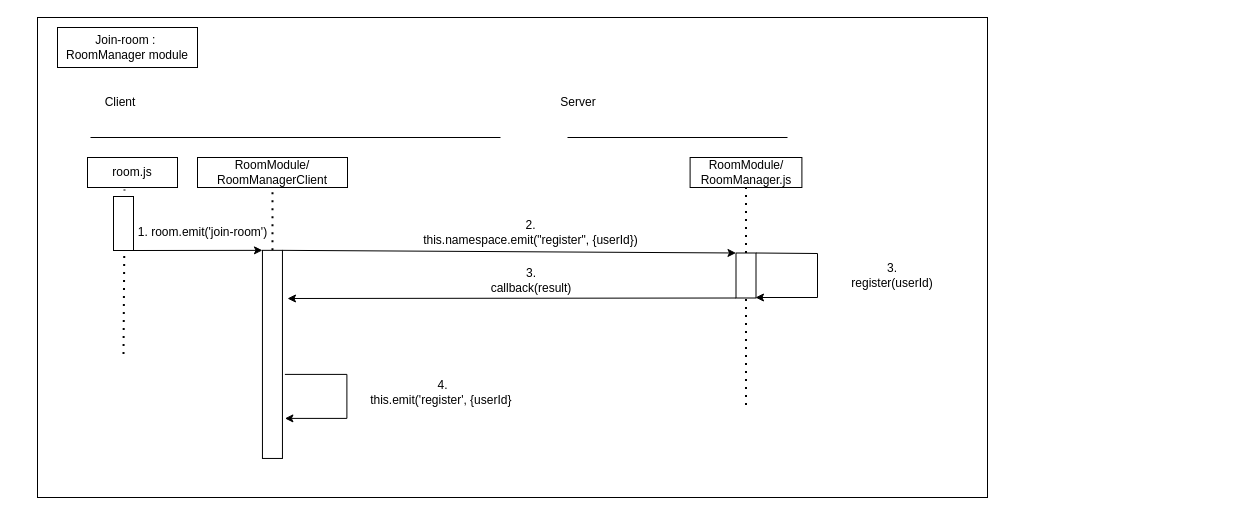
Above: classroom-ultra-uml/sequence-diagram/RoomManager-remove-permission.drawio in doremi31618/Assets (draw.io), before the change. Source tidied: cells renumbered, new cells numbered last; positions are measured from the earlier drawing's top-left corner, leaving out a move shared by most shapes. Both pictures are drawn from the tidied source at 100%, with x=0, y=0 at pixel (37, 17).
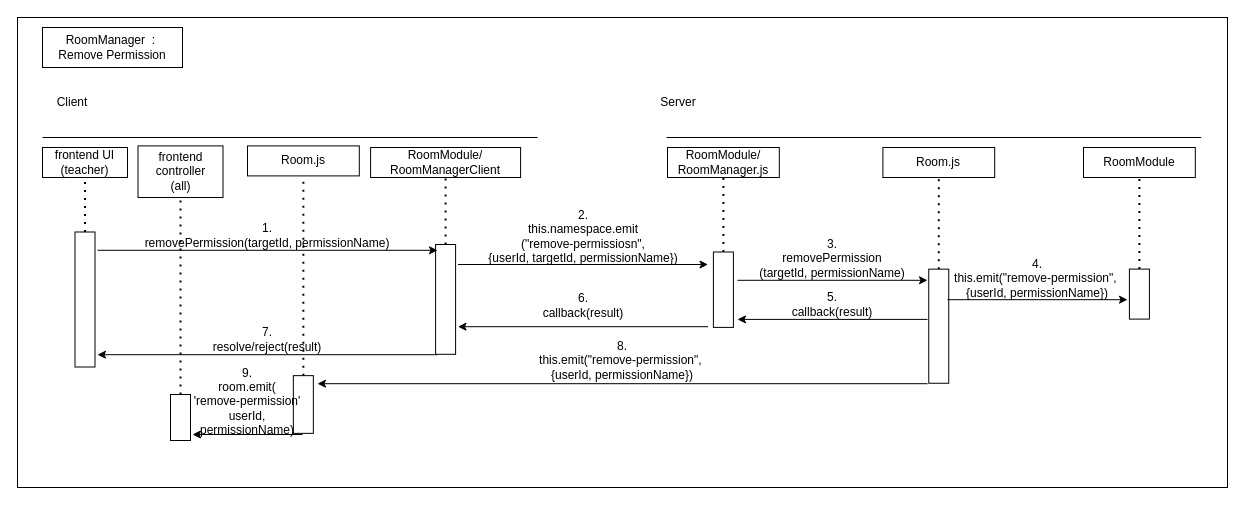
The same page after the edit.

Diff of the diagram source:
```diff
@@
     <mxCell id="2" style="rounded=0;whiteSpace=wrap;html=1;" parent="1" vertex="1">
-      <mxGeometry width="950" height="480" as="geometry" />
+      <mxGeometry x="-20" width="1210" height="470" as="geometry" />
     </mxCell>
@@
     <mxCell id="4" style="rounded=0;whiteSpace=wrap;html=1;" parent="1" vertex="1">
-      <mxGeometry x="20" y="10" width="140" height="40" as="geometry" />
+      <mxGeometry x="5" y="10" width="140" height="40" as="geometry" />
     </mxCell>
-    <mxCell id="5" value="room.js" style="rounded=0;whiteSpace=wrap;html=1;" parent="1" vertex="1">
-      <mxGeometry x="50" y="140" width="90" height="30" as="geometry" />
-    </mxCell>
     <mxCell id="6" value="RoomModule/&lt;br&gt;RoomManager.js" style="rounded=0;whiteSpace=wrap;html=1;" parent="1" vertex="1">
-      <mxGeometry x="652.6" y="140" width="111.8" height="30" as="geometry" />
+      <mxGeometry x="630" y="130" width="111.8" height="30" as="geometry" />
     </mxCell>
-    <mxCell id="7" style="endArrow=none;dashed=1;html=1;dashPattern=1 3;strokeWidth=2;rounded=0;entryX=0.411;entryY=1.067;entryDx=0;entryDy=0;entryPerimeter=0;startArrow=none;" parent="1" edge="1" target="5">
-      <mxGeometry relative="1" as="geometry">
-        <mxPoint x="86.5" y="205" as="sourcePoint" />
-      </mxGeometry>
-    </mxCell>
@@
     <mxCell id="9" style="endArrow=none;html=1;rounded=0;" parent="1" edge="1">
       <mxGeometry relative="1" as="geometry">
-        <mxPoint x="53" y="120" as="sourcePoint" />
-        <mxPoint x="463" y="120" as="targetPoint" />
+        <mxPoint x="5" y="120" as="sourcePoint" />
+        <mxPoint x="500" y="120" as="targetPoint" />
       </mxGeometry>
     </mxCell>
     <mxCell id="10" style="endArrow=none;html=1;rounded=0;" parent="1" edge="1">
       <mxGeometry relative="1" as="geometry">
-        <mxPoint x="530" y="120" as="sourcePoint" />
-        <mxPoint x="750" y="120" as="targetPoint" />
+        <mxPoint x="629" y="120" as="sourcePoint" />
+        <mxPoint x="1163.7" y="120" as="targetPoint" />
       </mxGeometry>
     </mxCell>
     <mxCell id="11" value="Client" style="text;strokeColor=none;align=center;fillColor=none;html=1;verticalAlign=middle;whiteSpace=wrap;rounded=0;" parent="1" vertex="1">
-      <mxGeometry x="53" y="70" width="60" height="30" as="geometry" />
+      <mxGeometry x="5" y="70" width="60" height="30" as="geometry" />
     </mxCell>
     <mxCell id="12" value="Server" style="text;strokeColor=none;align=center;fillColor=none;html=1;verticalAlign=middle;whiteSpace=wrap;rounded=0;" parent="1" vertex="1">
-      <mxGeometry x="510.5" y="70" width="60" height="30" as="geometry" />
+      <mxGeometry x="610.5" y="70" width="60" height="30" as="geometry" />
     </mxCell>
-    <mxCell id="13" style="endArrow=none;dashed=1;html=1;dashPattern=1 3;strokeWidth=2;rounded=0;entryX=1;entryY=0.5;entryDx=0;entryDy=0;" parent="1" edge="1">
-      <mxGeometry relative="1" as="geometry">
-        <mxPoint x="86" y="336.5" as="sourcePoint" />
-        <mxPoint x="87" y="201.5" as="targetPoint" />
-      </mxGeometry>
-    </mxCell>
-    <mxCell id="14" value="Join-room :&amp;nbsp;&lt;br&gt;RoomManager module" style="text;strokeColor=none;align=center;fillColor=none;html=1;verticalAlign=middle;whiteSpace=wrap;rounded=0;" parent="1" vertex="1">
-      <mxGeometry x="25" y="15" width="130" height="30" as="geometry" />
+    <mxCell id="14" value="RoomManager&amp;nbsp;&amp;nbsp;:&amp;nbsp;&lt;br&gt;Remove Permission" style="text;strokeColor=none;align=center;fillColor=none;html=1;verticalAlign=middle;whiteSpace=wrap;rounded=0;" parent="1" vertex="1">
+      <mxGeometry x="10" y="15" width="130" height="30" as="geometry" />
     </mxCell>
     <mxCell id="15" value="RoomModule/&lt;br&gt;RoomManagerClient" style="rounded=0;whiteSpace=wrap;html=1;" parent="1" vertex="1">
-      <mxGeometry x="160" y="140" width="150" height="30" as="geometry" />
+      <mxGeometry x="333.1" y="130" width="150" height="30" as="geometry" />
     </mxCell>
     <mxCell id="16" style="rounded=0;whiteSpace=wrap;html=1;rotation=90;" parent="1" vertex="1">
-      <mxGeometry x="130.9" y="326.9" width="208.1" height="20" as="geometry" />
+      <mxGeometry x="353.2" y="271.9" width="109.8" height="20" as="geometry" />
     </mxCell>
-    <mxCell id="17" style="endArrow=classic;html=1;rounded=0;entryX=0;entryY=1;entryDx=0;entryDy=0;exitX=1;exitY=0;exitDx=0;exitDy=0;" parent="1" edge="1" source="21" target="16">
-      <mxGeometry relative="1" as="geometry" />
-    </mxCell>
-    <mxCell id="18" value="1. room.emit('join-room')" style="text;strokeColor=none;align=center;fillColor=none;html=1;verticalAlign=middle;whiteSpace=wrap;rounded=0;" parent="1" vertex="1">
-      <mxGeometry x="91.8" y="200" width="146.5" height="30" as="geometry" />
-    </mxCell>
     <mxCell id="19" style="rounded=0;whiteSpace=wrap;html=1;rotation=90;spacing=4;" parent="1" vertex="1">
-      <mxGeometry x="686" y="248" width="45" height="20" as="geometry" />
+      <mxGeometry x="648.2" y="262.2" width="75.4" height="20" as="geometry" />
     </mxCell>
-    <mxCell id="20" style="endArrow=none;dashed=1;html=1;dashPattern=1 3;strokeWidth=2;rounded=0;entryX=1;entryY=0.5;entryDx=0;entryDy=0;exitX=0;exitY=0.5;exitDx=0;exitDy=0;startArrow=none;" parent="1" edge="1" target="19">
-      <mxGeometry relative="1" as="geometry">
-        <mxPoint x="708.5" y="387.5" as="sourcePoint" />
-      </mxGeometry>
-    </mxCell>
-    <mxCell id="21" style="rounded=0;whiteSpace=wrap;html=1;rotation=90;" parent="1" vertex="1">
-      <mxGeometry x="59" y="196" width="54" height="20" as="geometry" />
-    </mxCell>
-    <mxCell id="22" style="endArrow=classic;html=1;rounded=0;exitX=0;exitY=0;exitDx=0;exitDy=0;entryX=0;entryY=1;entryDx=0;entryDy=0;" parent="1" edge="1" source="16" target="19">
-      <mxGeometry relative="1" as="geometry" />
-    </mxCell>
-    <mxCell id="23" value="2. &lt;br&gt;this.namespace.emit(&quot;register&quot;, {userId})" style="text;strokeColor=none;align=center;fillColor=none;html=1;verticalAlign=middle;whiteSpace=wrap;rounded=0;" parent="1" vertex="1">
-      <mxGeometry x="380" y="200" width="227.4" height="30" as="geometry" />
-    </mxCell>
-    <mxCell id="24" value="4.&lt;br&gt;this.emit('register', {userId}&amp;nbsp;" style="text;strokeColor=none;align=center;fillColor=none;html=1;verticalAlign=middle;whiteSpace=wrap;rounded=0;" parent="1" vertex="1">
-      <mxGeometry x="310" y="360" width="191.3" height="30" as="geometry" />
-    </mxCell>
-    <mxCell id="25" style="endArrow=classic;html=1;rounded=0;exitX=0;exitY=0;exitDx=0;exitDy=0;" parent="1" edge="1" source="19">
-      <mxGeometry relative="1" as="geometry">
-        <mxPoint x="718" y="280" as="targetPoint" />
-        <Array as="points">
-          <mxPoint x="780" y="236" />
-          <mxPoint x="780" y="280" />
-        </Array>
-      </mxGeometry>
-    </mxCell>
-    <mxCell id="26" value="3. &lt;br&gt;register(userId)" style="text;strokeColor=none;align=center;fillColor=none;html=1;verticalAlign=middle;whiteSpace=wrap;rounded=0;" parent="1" vertex="1">
-      <mxGeometry x="800" y="243" width="110" height="30" as="geometry" />
-    </mxCell>
-    <mxCell id="27" style="endArrow=classic;html=1;rounded=0;exitX=1;exitY=1;exitDx=0;exitDy=0;" parent="1" edge="1" source="19">
-      <mxGeometry relative="1" as="geometry">
-        <mxPoint x="250" y="281" as="targetPoint" />
-      </mxGeometry>
-    </mxCell>
-    <mxCell id="28" value="3. &lt;br&gt;callback(result)" style="text;strokeColor=none;align=center;fillColor=none;html=1;verticalAlign=middle;whiteSpace=wrap;rounded=0;" parent="1" vertex="1">
-      <mxGeometry x="438.7" y="248" width="110" height="30" as="geometry" />
-    </mxCell>
-    <mxCell id="29" style="endArrow=classic;html=1;rounded=0;exitX=0;exitY=0;exitDx=0;exitDy=0;" parent="1" edge="1">
-      <mxGeometry relative="1" as="geometry">
-        <mxPoint x="247.4" y="356.9" as="sourcePoint" />
-        <mxPoint x="247.4" y="400.9" as="targetPoint" />
-        <Array as="points">
-          <mxPoint x="309.4" y="356.9" />
-          <mxPoint x="309.4" y="400.9" />
-        </Array>
-      </mxGeometry>
-    </mxCell>
+    <mxCell id="30" style="endArrow=classic;html=1;rounded=0;entryX=1;entryY=1;entryDx=0;entryDy=0;exitX=0;exitY=1;exitDx=0;exitDy=0;" parent="1" edge="1" source="31" target="31">
+      <mxGeometry relative="1" as="geometry" />
+    </mxCell>
+    <mxCell id="31" value="1. &lt;br&gt;removePermission(targetId, permissionName)" style="text;strokeColor=none;align=center;fillColor=none;html=1;verticalAlign=middle;whiteSpace=wrap;rounded=0;" parent="1" vertex="1">
+      <mxGeometry x="60" y="202.8" width="340" height="30" as="geometry" />
+    </mxCell>
+    <mxCell id="32" value="frontend UI&lt;br&gt;(teacher)" style="rounded=0;whiteSpace=wrap;html=1;" parent="1" vertex="1">
+      <mxGeometry x="5" y="130" width="85" height="30" as="geometry" />
+    </mxCell>
+    <mxCell id="33" style="rounded=0;whiteSpace=wrap;html=1;rotation=90;spacing=4;" parent="1" vertex="1">
+      <mxGeometry x="-20" y="272" width="135" height="20" as="geometry" />
+    </mxCell>
+    <mxCell id="34" style="endArrow=none;dashed=1;html=1;dashPattern=1 3;strokeWidth=2;rounded=0;entryX=0.5;entryY=1;entryDx=0;entryDy=0;exitX=0;exitY=0.5;exitDx=0;exitDy=0;" parent="1" edge="1" source="33" target="32">
+      <mxGeometry relative="1" as="geometry" />
+    </mxCell>
+    <mxCell id="35" value="2.&lt;br&gt;this.namespace.emit&lt;br&gt;(&quot;remove-permissiosn&quot;, &lt;br&gt;{userId, targetId, permissionName})" style="text;strokeColor=none;align=center;fillColor=none;html=1;verticalAlign=middle;whiteSpace=wrap;rounded=0;" parent="1" vertex="1">
+      <mxGeometry x="420.5" y="190" width="250" height="57" as="geometry" />
+    </mxCell>
+    <mxCell id="36" style="endArrow=classic;html=1;rounded=0;exitX=0;exitY=1;exitDx=0;exitDy=0;entryX=1;entryY=1;entryDx=0;entryDy=0;" parent="1" edge="1" source="35" target="35">
+      <mxGeometry relative="1" as="geometry" />
+    </mxCell>
+    <mxCell id="37" value="Room.js" style="rounded=0;whiteSpace=wrap;html=1;" parent="1" vertex="1">
+      <mxGeometry x="845.4" y="130" width="111.8" height="30" as="geometry" />
+    </mxCell>
+    <mxCell id="38" style="endArrow=none;dashed=1;html=1;dashPattern=1 3;strokeWidth=2;rounded=0;entryX=0.5;entryY=1;entryDx=0;entryDy=0;startArrow=none;" parent="1" edge="1" source="39" target="37">
+      <mxGeometry relative="1" as="geometry" />
+    </mxCell>
+    <mxCell id="39" style="rounded=0;whiteSpace=wrap;html=1;rotation=90;spacing=4;" parent="1" vertex="1">
+      <mxGeometry x="844.2" y="298.7" width="114.1" height="20" as="geometry" />
+    </mxCell>
+    <mxCell id="40" style="endArrow=classic;html=1;rounded=0;entryX=1;entryY=1;entryDx=0;entryDy=0;exitX=0;exitY=1;exitDx=0;exitDy=0;" parent="1" edge="1" source="41" target="41">
+      <mxGeometry relative="1" as="geometry" />
+    </mxCell>
+    <mxCell id="41" value="3.&lt;br&gt;removePermission&lt;br&gt;(targetId, permissionName)" style="text;strokeColor=none;align=center;fillColor=none;html=1;verticalAlign=middle;whiteSpace=wrap;rounded=0;" parent="1" vertex="1">
+      <mxGeometry x="700" y="220" width="190" height="42.8" as="geometry" />
+    </mxCell>
+    <mxCell id="42" style="endArrow=classic;html=1;rounded=0;exitX=1;exitY=1;exitDx=0;exitDy=0;entryX=0;entryY=1;entryDx=0;entryDy=0;" parent="1" edge="1" source="43" target="43">
+      <mxGeometry relative="1" as="geometry" />
+    </mxCell>
+    <mxCell id="43" value="5.&lt;br&gt;callback(result)" style="text;strokeColor=none;align=center;fillColor=none;html=1;verticalAlign=middle;whiteSpace=wrap;rounded=0;" parent="1" vertex="1">
+      <mxGeometry x="700" y="271.9" width="190" height="30" as="geometry" />
+    </mxCell>
+    <mxCell id="44" style="endArrow=classic;html=1;rounded=0;exitX=1;exitY=1;exitDx=0;exitDy=0;entryX=0;entryY=1;entryDx=0;entryDy=0;" parent="1" edge="1" source="45" target="45">
+      <mxGeometry relative="1" as="geometry" />
+    </mxCell>
+    <mxCell id="45" value="&lt;br&gt;6.&lt;br&gt;callback(result)" style="text;strokeColor=none;align=center;fillColor=none;html=1;verticalAlign=middle;whiteSpace=wrap;rounded=0;" parent="1" vertex="1">
+      <mxGeometry x="420.5" y="252.2" width="250" height="57" as="geometry" />
+    </mxCell>
+    <mxCell id="46" value="7.&lt;br&gt;resolve/reject(result)" style="text;strokeColor=none;align=center;fillColor=none;html=1;verticalAlign=middle;whiteSpace=wrap;rounded=0;" parent="1" vertex="1">
+      <mxGeometry x="60" y="307.2" width="340" height="30" as="geometry" />
+    </mxCell>
+    <mxCell id="47" style="endArrow=classic;html=1;rounded=0;exitX=1;exitY=1;exitDx=0;exitDy=0;entryX=0;entryY=1;entryDx=0;entryDy=0;" parent="1" edge="1" source="46" target="46">
+      <mxGeometry relative="1" as="geometry" />
+    </mxCell>
+    <mxCell id="48" value="RoomModule" style="rounded=0;whiteSpace=wrap;html=1;" parent="1" vertex="1">
+      <mxGeometry x="1046" y="130" width="111.8" height="30" as="geometry" />
+    </mxCell>
+    <mxCell id="49" style="endArrow=none;dashed=1;html=1;dashPattern=1 3;strokeWidth=2;rounded=0;entryX=0.5;entryY=1;entryDx=0;entryDy=0;startArrow=none;" parent="1" edge="1" source="50" target="48">
+      <mxGeometry relative="1" as="geometry" />
+    </mxCell>
+    <mxCell id="50" style="rounded=0;whiteSpace=wrap;html=1;rotation=90;spacing=4;" parent="1" vertex="1">
+      <mxGeometry x="1076.9" y="266.6" width="50" height="20" as="geometry" />
+    </mxCell>
+    <mxCell id="51" value="4.&lt;br&gt;this.emit(&quot;remove-permission&quot;,&amp;nbsp;&lt;br&gt;{userId, permissionName})" style="text;strokeColor=none;align=center;fillColor=none;html=1;verticalAlign=middle;whiteSpace=wrap;rounded=0;" parent="1" vertex="1">
+      <mxGeometry x="910" y="240" width="180" height="42.2" as="geometry" />
+    </mxCell>
+    <mxCell id="52" style="endArrow=classic;html=1;rounded=0;exitX=0;exitY=1;exitDx=0;exitDy=0;entryX=1;entryY=1;entryDx=0;entryDy=0;" parent="1" edge="1" source="51" target="51">
+      <mxGeometry relative="1" as="geometry" />
+    </mxCell>
+    <mxCell id="53" value="Room.js" style="rounded=0;whiteSpace=wrap;html=1;" parent="1" vertex="1">
+      <mxGeometry x="210" y="128.4" width="111.8" height="30" as="geometry" />
+    </mxCell>
+    <mxCell id="54" style="endArrow=none;dashed=1;html=1;dashPattern=1 3;strokeWidth=2;rounded=0;entryX=0.5;entryY=1;entryDx=0;entryDy=0;startArrow=none;" parent="1" edge="1" source="55" target="53">
+      <mxGeometry relative="1" as="geometry" />
+    </mxCell>
+    <mxCell id="55" style="rounded=0;whiteSpace=wrap;html=1;rotation=90;spacing=4;" parent="1" vertex="1">
+      <mxGeometry x="237" y="377" width="57.7" height="20" as="geometry" />
+    </mxCell>
+    <mxCell id="56" value="8.&lt;br&gt;this.emit(&quot;remove-permission&quot;,&amp;nbsp;&lt;br&gt;{userId, permissionName})" style="text;strokeColor=none;align=center;fillColor=none;html=1;verticalAlign=middle;whiteSpace=wrap;rounded=0;" parent="1" vertex="1">
+      <mxGeometry x="280" y="320" width="610" height="46.2" as="geometry" />
+    </mxCell>
+    <mxCell id="57" style="endArrow=classic;html=1;rounded=0;exitX=1;exitY=1;exitDx=0;exitDy=0;entryX=0;entryY=1;entryDx=0;entryDy=0;" parent="1" edge="1" source="56" target="56">
+      <mxGeometry relative="1" as="geometry" />
+    </mxCell>
+    <mxCell id="58" value="frontend controller&lt;br&gt;(all)" style="rounded=0;whiteSpace=wrap;html=1;" parent="1" vertex="1">
+      <mxGeometry x="100.5" y="128.4" width="85" height="51.6" as="geometry" />
+    </mxCell>
+    <mxCell id="59" style="rounded=0;whiteSpace=wrap;html=1;rotation=90;spacing=4;" parent="1" vertex="1">
+      <mxGeometry x="120" y="390" width="46" height="20" as="geometry" />
+    </mxCell>
+    <mxCell id="60" style="endArrow=none;dashed=1;html=1;dashPattern=1 3;strokeWidth=2;rounded=0;entryX=0.5;entryY=1;entryDx=0;entryDy=0;exitX=0;exitY=0.5;exitDx=0;exitDy=0;" parent="1" edge="1" source="59" target="58">
+      <mxGeometry relative="1" as="geometry" />
+    </mxCell>
+    <mxCell id="61" style="endArrow=classic;html=1;rounded=0;exitX=1;exitY=1;exitDx=0;exitDy=0;entryX=0;entryY=1;entryDx=0;entryDy=0;" parent="1" edge="1" source="62" target="62">
+      <mxGeometry relative="1" as="geometry" />
+    </mxCell>
+    <mxCell id="62" value="9.&lt;br&gt;room.emit(&lt;br&gt;'remove-permission'&lt;br&gt;userId, permissionName)" style="text;strokeColor=none;align=center;fillColor=none;html=1;verticalAlign=middle;whiteSpace=wrap;rounded=0;" parent="1" vertex="1">
+      <mxGeometry x="155" y="350" width="110" height="67" as="geometry" />
+    </mxCell>
```
